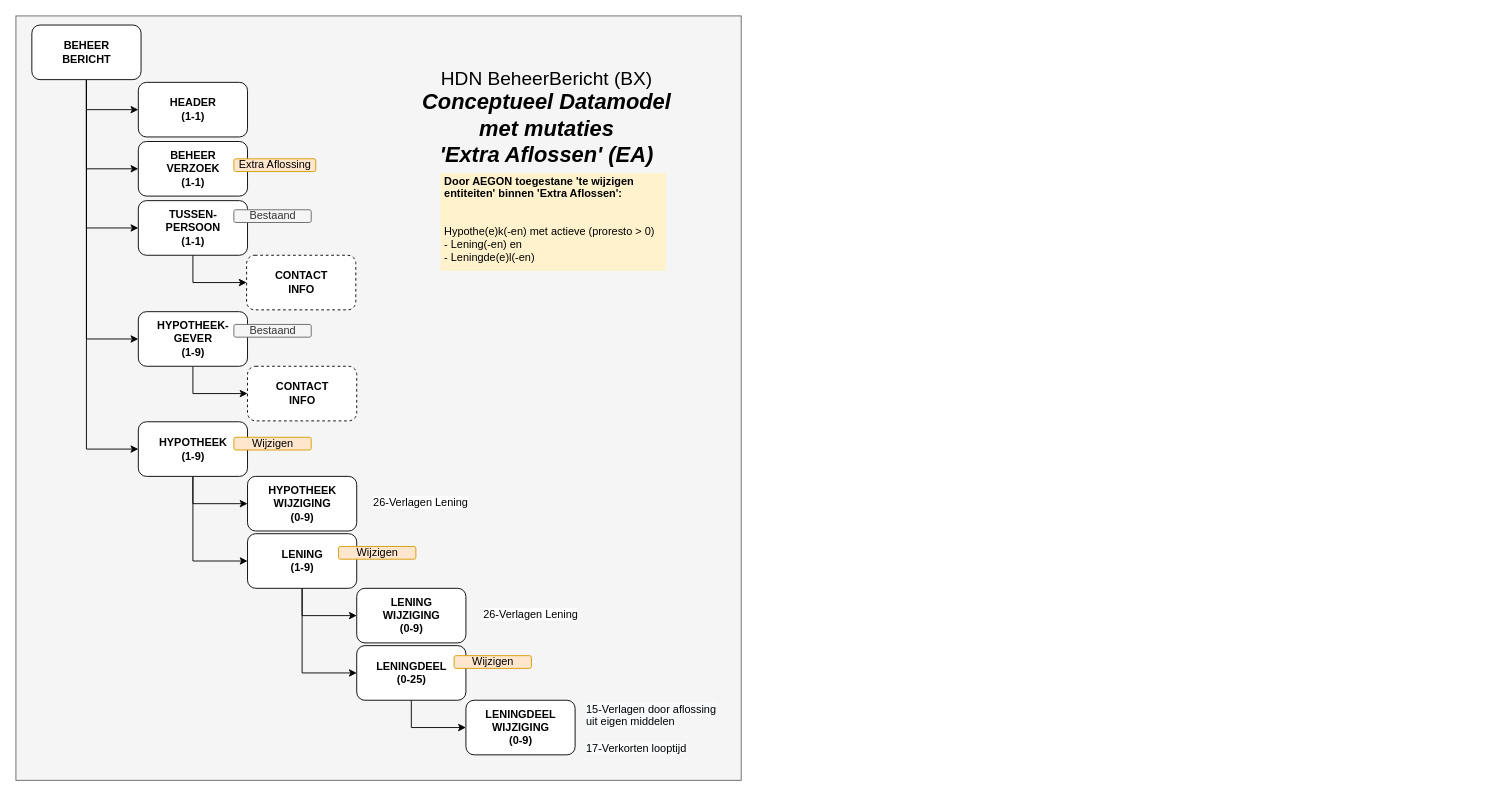
The draw.io diagram page "DataModel EA met mutaties" (2 of 4) of HDN_BX_MM_ExtraAflossing.drawio in luchthandel/diagrams, before the edit. Source tidied: cells renumbered, new cells numbered last; positions are measured from the earlier drawing's top-left corner, leaving out a move shared by most shapes. Both pictures are drawn from the tidied source at 91%, with x=0, y=0 at pixel (15, 15).
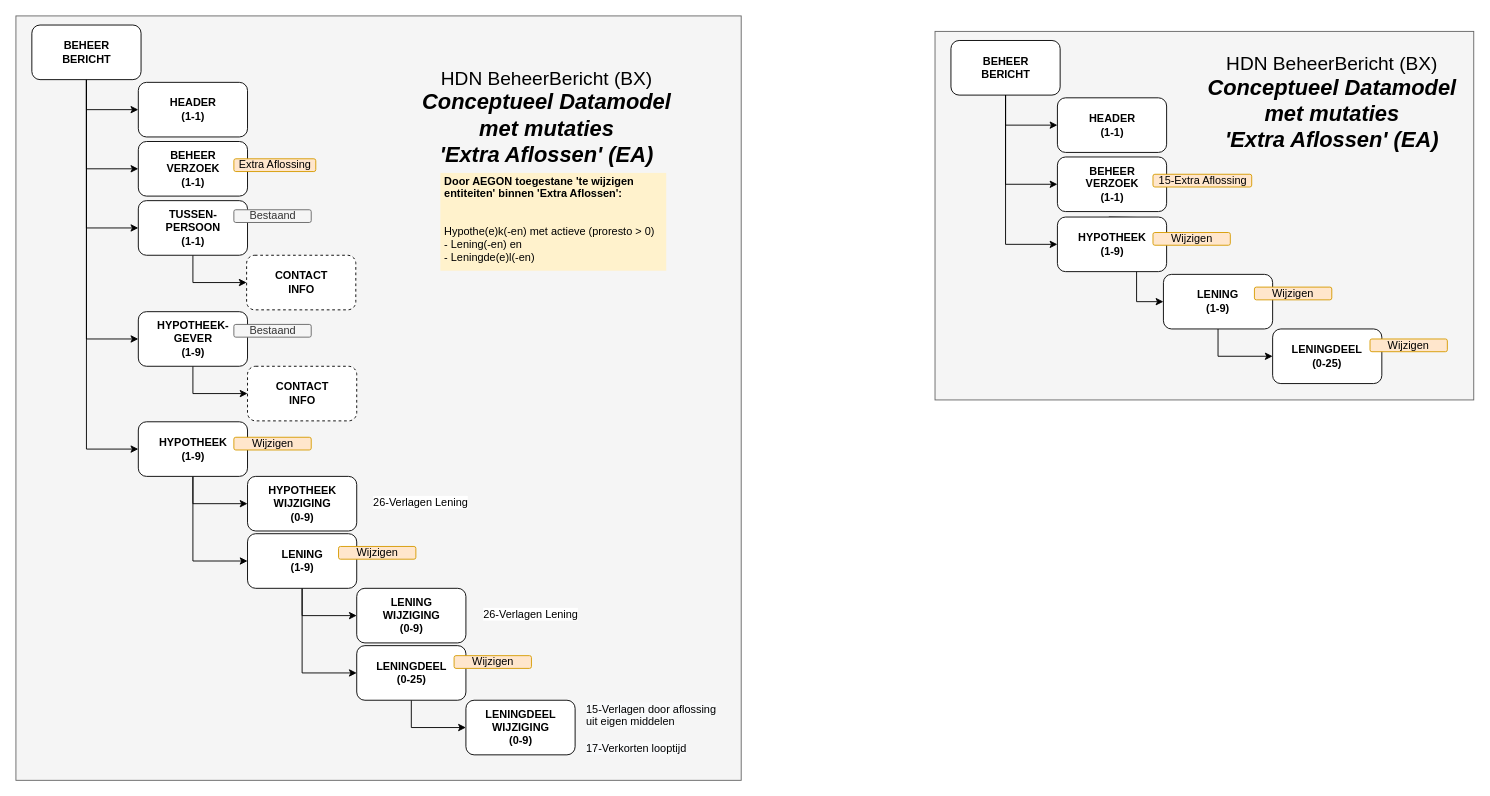
The same diagram, later.

What changed in the source:
```diff
@@
+    <mxCell id="39" style="rounded=0;whiteSpace=wrap;html=1;fillColor=#f5f5f5;strokeColor=#666666;fontColor=#333333;labelBackgroundColor=none;" parent="1" vertex="1">
+      <mxGeometry x="1010" y="17" width="592" height="405" as="geometry" />
+    </mxCell>
+    <mxCell id="40" style="edgeStyle=orthogonalEdgeStyle;rounded=0;jettySize=auto;html=1;exitX=0.5;exitY=1;exitDx=0;exitDy=0;entryX=0;entryY=0.5;entryDx=0;entryDy=0;" parent="1" edge="1" source="41" target="42">
+      <mxGeometry relative="1" as="geometry" />
+    </mxCell>
+    <mxCell id="41" value="LENING&lt;br&gt;(1-9)" style="rounded=1;whiteSpace=wrap;html=1;fontStyle=1;" parent="1" vertex="1">
+      <mxGeometry x="1261" y="284" width="120" height="60" as="geometry" />
+    </mxCell>
+    <mxCell id="42" value="LENINGDEEL&lt;br&gt;(0-25)" style="rounded=1;whiteSpace=wrap;html=1;fontStyle=1;" parent="1" vertex="1">
+      <mxGeometry x="1381" y="344" width="120" height="60" as="geometry" />
+    </mxCell>
+    <mxCell id="43" style="edgeStyle=orthogonalEdgeStyle;rounded=0;jettySize=auto;html=1;exitX=0.5;exitY=1;exitDx=0;exitDy=0;entryX=0;entryY=0.5;entryDx=0;entryDy=0;" parent="1" edge="1" source="46" target="48">
+      <mxGeometry relative="1" as="geometry" />
+    </mxCell>
+    <mxCell id="44" style="edgeStyle=orthogonalEdgeStyle;rounded=0;jettySize=auto;html=1;exitX=0.5;exitY=1;exitDx=0;exitDy=0;entryX=0;entryY=0.5;entryDx=0;entryDy=0;" parent="1" edge="1" source="46" target="47">
+      <mxGeometry relative="1" as="geometry" />
+    </mxCell>
+    <mxCell id="45" style="edgeStyle=orthogonalEdgeStyle;rounded=0;jettySize=auto;html=1;exitX=0.5;exitY=1;exitDx=0;exitDy=0;entryX=0;entryY=0.5;entryDx=0;entryDy=0;" parent="1" edge="1" source="46" target="50">
+      <mxGeometry relative="1" as="geometry" />
+    </mxCell>
+    <mxCell id="46" value="BEHEER&lt;br&gt;BERICHT" style="rounded=1;whiteSpace=wrap;html=1;fontStyle=1;" parent="1" vertex="1">
+      <mxGeometry x="1027.5" y="27" width="120" height="60" as="geometry" />
+    </mxCell>
+    <mxCell id="47" value="BEHEER&lt;br&gt;VERZOEK&lt;br&gt;(1-1)" style="rounded=1;whiteSpace=wrap;html=1;fontStyle=1;" parent="1" vertex="1">
+      <mxGeometry x="1144.5" y="155" width="120" height="60" as="geometry" />
+    </mxCell>
+    <mxCell id="48" value="HEADER&lt;br&gt;(1-1)" style="rounded=1;whiteSpace=wrap;html=1;fontStyle=1;" parent="1" vertex="1">
+      <mxGeometry x="1144.5" y="90" width="120" height="60" as="geometry" />
+    </mxCell>
+    <mxCell id="49" style="edgeStyle=orthogonalEdgeStyle;rounded=0;jettySize=auto;html=1;exitX=0.5;exitY=1;exitDx=0;exitDy=0;entryX=0;entryY=0.5;entryDx=0;entryDy=0;" parent="1" edge="1" target="41">
+      <mxGeometry relative="1" as="geometry">
+        <mxPoint x="1201" y="221" as="sourcePoint" />
+      </mxGeometry>
+    </mxCell>
+    <mxCell id="50" value="HYPOTHEEK&lt;br&gt;(1-9)" style="rounded=1;whiteSpace=wrap;html=1;fontStyle=1;" parent="1" vertex="1">
+      <mxGeometry x="1144.5" y="221" width="120" height="60" as="geometry" />
+    </mxCell>
+    <mxCell id="51" value="&lt;span style=&quot;font-weight: 400&quot;&gt;Wijzigen&lt;/span&gt;" style="rounded=1;whiteSpace=wrap;html=1;fontStyle=1;fillColor=#ffe6cc;strokeColor=#d79b00;" parent="1" vertex="1">
+      <mxGeometry x="1249.5" y="238" width="85" height="14" as="geometry" />
+    </mxCell>
+    <mxCell id="52" value="&lt;span style=&quot;font-weight: 400&quot;&gt;Wijzigen&lt;/span&gt;" style="rounded=1;whiteSpace=wrap;html=1;fontStyle=1;fillColor=#ffe6cc;strokeColor=#d79b00;" parent="1" vertex="1">
+      <mxGeometry x="1361" y="298" width="85" height="14" as="geometry" />
+    </mxCell>
+    <mxCell id="53" value="&lt;span style=&quot;font-weight: 400&quot;&gt;Wijzigen&lt;/span&gt;" style="rounded=1;whiteSpace=wrap;html=1;fontStyle=1;fillColor=#ffe6cc;strokeColor=#d79b00;" parent="1" vertex="1">
+      <mxGeometry x="1488" y="355" width="85" height="14" as="geometry" />
+    </mxCell>
+    <mxCell id="54" value="&lt;span style=&quot;font-weight: 400&quot;&gt;15-Extra Aflossing&lt;/span&gt;" style="rounded=1;whiteSpace=wrap;html=1;fontStyle=1;fillColor=#ffe6cc;strokeColor=#d79b00;" parent="1" vertex="1">
+      <mxGeometry x="1249.5" y="174" width="108.5" height="14" as="geometry" />
+    </mxCell>
+    <mxCell id="55" value="&lt;font style=&quot;font-size: 21px&quot;&gt;HDN BeheerBericht (BX)&lt;br&gt;&lt;/font&gt;&lt;span style=&quot;font-size: 24px&quot;&gt;&lt;b&gt;&lt;i&gt;Conceptueel Datamodel met mutaties&lt;br&gt;'Extra Aflossen' (EA)&lt;br&gt;&lt;/i&gt;&lt;/b&gt;&lt;/span&gt;" style="text;html=1;strokeColor=none;fillColor=none;align=center;verticalAlign=middle;whiteSpace=wrap;rounded=0;" parent="1" vertex="1">
+      <mxGeometry x="1290" y="48" width="312.5" height="93" as="geometry" />
+    </mxCell>
```
